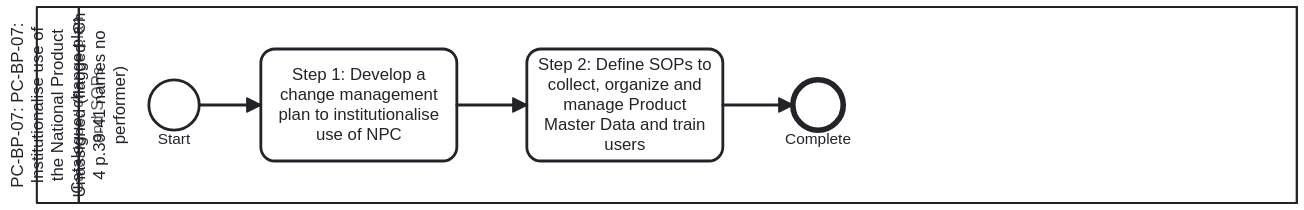
The BPMN diagram folio/dth-pc/media/PC-BP-07.svg in litlfred/dth-pc, before a commit. Its source is kept beside it as processes/PC-BP-07.bpmn. Ids are renumbered.
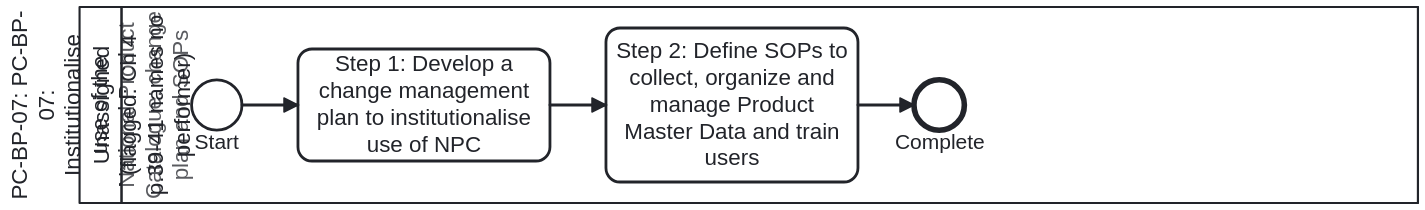
After the commit.

The edit, as a diff of the source:
```diff
@@ -47,34 +47,34 @@
   <bpmndi:BPMNDiagram id="BPMNDiagram_PC_BP_07">
     <bpmndi:BPMNPlane id="BPMNPlane_PC_BP_07" bpmnElement="Collaboration_PC_BP_07">
       <bpmndi:BPMNShape id="Participant_PC_BP_07_di" bpmnElement="Participant_PC_BP_07" isHorizontal="true">
-        <dc:Bounds x="100" y="60" width="900" height="140" />
+        <dc:Bounds x="100" y="60" width="956" height="140" />
       </bpmndi:BPMNShape>
       <bpmndi:BPMNShape id="Lane_1_di" bpmnElement="Lane_1" isHorizontal="true">
-        <dc:Bounds x="130" y="60" width="870" height="140" />
+        <dc:Bounds x="130" y="60" width="926" height="140" />
       </bpmndi:BPMNShape>
       <bpmndi:BPMNShape id="StartEvent_1_di" bpmnElement="StartEvent_1">
         <dc:Bounds x="180" y="112" width="36" height="36" />
       </bpmndi:BPMNShape>
       <bpmndi:BPMNShape id="Task_1_di" bpmnElement="Task_1">
-        <dc:Bounds x="260" y="90" width="140" height="80" />
+        <dc:Bounds x="256" y="90" width="180" height="80" />
       </bpmndi:BPMNShape>
       <bpmndi:BPMNShape id="Task_2_di" bpmnElement="Task_2">
-        <dc:Bounds x="450" y="90" width="140" height="80" />
+        <dc:Bounds x="476" y="75" width="180" height="110" />
       </bpmndi:BPMNShape>
       <bpmndi:BPMNShape id="EndEvent_1_di" bpmnElement="EndEvent_1">
-        <dc:Bounds x="640" y="112" width="36" height="36" />
+        <dc:Bounds x="696" y="112" width="36" height="36" />
       </bpmndi:BPMNShape>
       <bpmndi:BPMNEdge id="Flow_0_di" bpmnElement="Flow_0">
         <di:waypoint x="216" y="130" />
-        <di:waypoint x="260" y="130" />
+        <di:waypoint x="256" y="130" />
       </bpmndi:BPMNEdge>
       <bpmndi:BPMNEdge id="Flow_1_di" bpmnElement="Flow_1">
-        <di:waypoint x="400" y="130" />
-        <di:waypoint x="450" y="130" />
+        <di:waypoint x="436" y="130" />
+        <di:waypoint x="476" y="130" />
       </bpmndi:BPMNEdge>
       <bpmndi:BPMNEdge id="Flow_2_di" bpmnElement="Flow_2">
-        <di:waypoint x="590" y="130" />
-        <di:waypoint x="640" y="130" />
+        <di:waypoint x="656" y="130" />
+        <di:waypoint x="696" y="130" />
       </bpmndi:BPMNEdge>
     </bpmndi:BPMNPlane>
   </bpmndi:BPMNDiagram>
```
